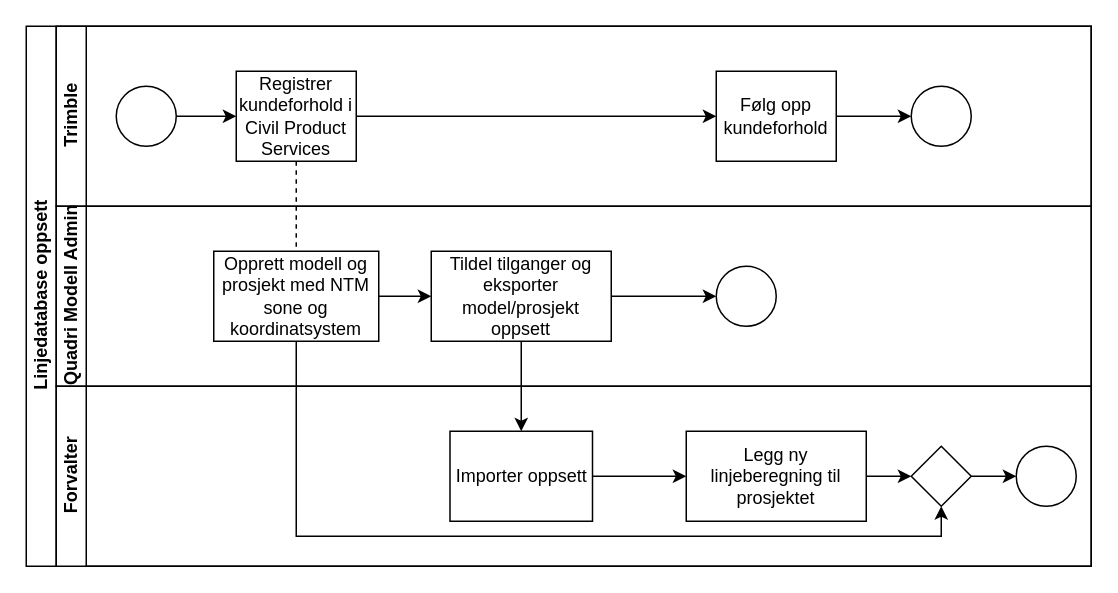
The draw.io diagram Untitled Diagram.drawio in adisD/Bane-NOR, before the edit. Source tidied: cells renumbered, new cells numbered last; positions are measured from the earlier drawing's top-left corner, leaving out a move shared by most shapes. Both pictures are drawn from the tidied source at 150%, with x=0, y=0 at pixel (26, 26).
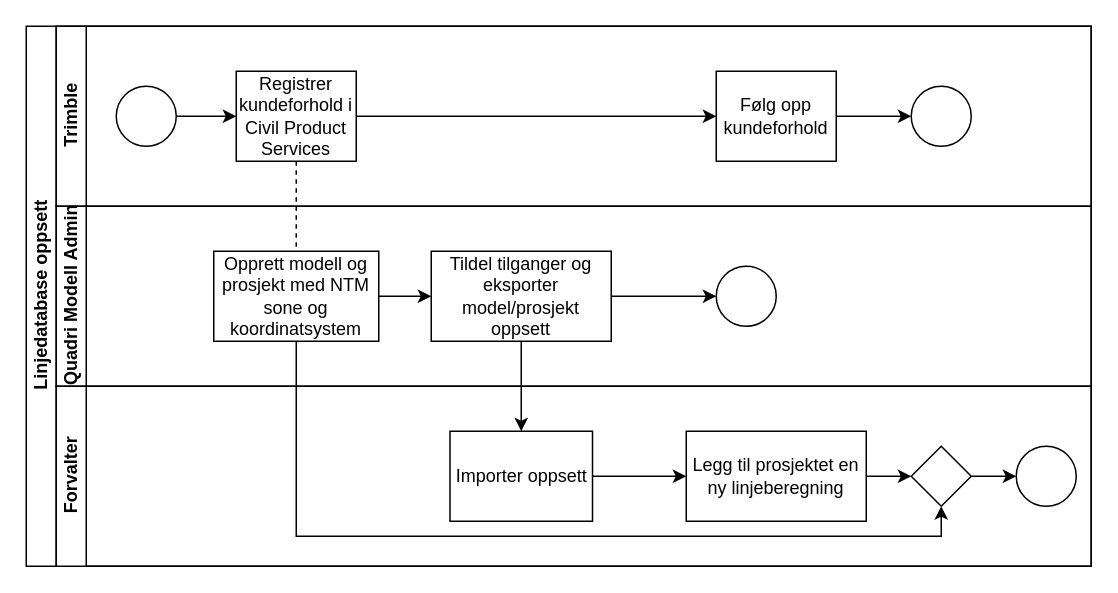
The same page after the edit.

The change refers to these unchanged cells:
```xml
<mxCell id="19" value="Forvalter" style="swimlane;html=1;startSize=20;horizontal=0;" parent="2" vertex="1">
  <mxGeometry x="20" y="240" width="690" height="120" as="geometry" />
</mxCell>
```

The edit, as a diff of the source:
```diff
@@
-    <mxCell id="22" value="Legg ny linjeberegning til prosjektet" style="rounded=0;whiteSpace=wrap;html=1;fontFamily=Helvetica;fontSize=12;fontColor=#000000;align=center;" parent="19" vertex="1">
+    <mxCell id="22" value="Legg til prosjektet en ny linjeberegning" style="rounded=0;whiteSpace=wrap;html=1;fontFamily=Helvetica;fontSize=12;fontColor=#000000;align=center;" parent="19" vertex="1">
       <mxGeometry x="420" y="30" width="120" height="60" as="geometry" />
     </mxCell>
```
